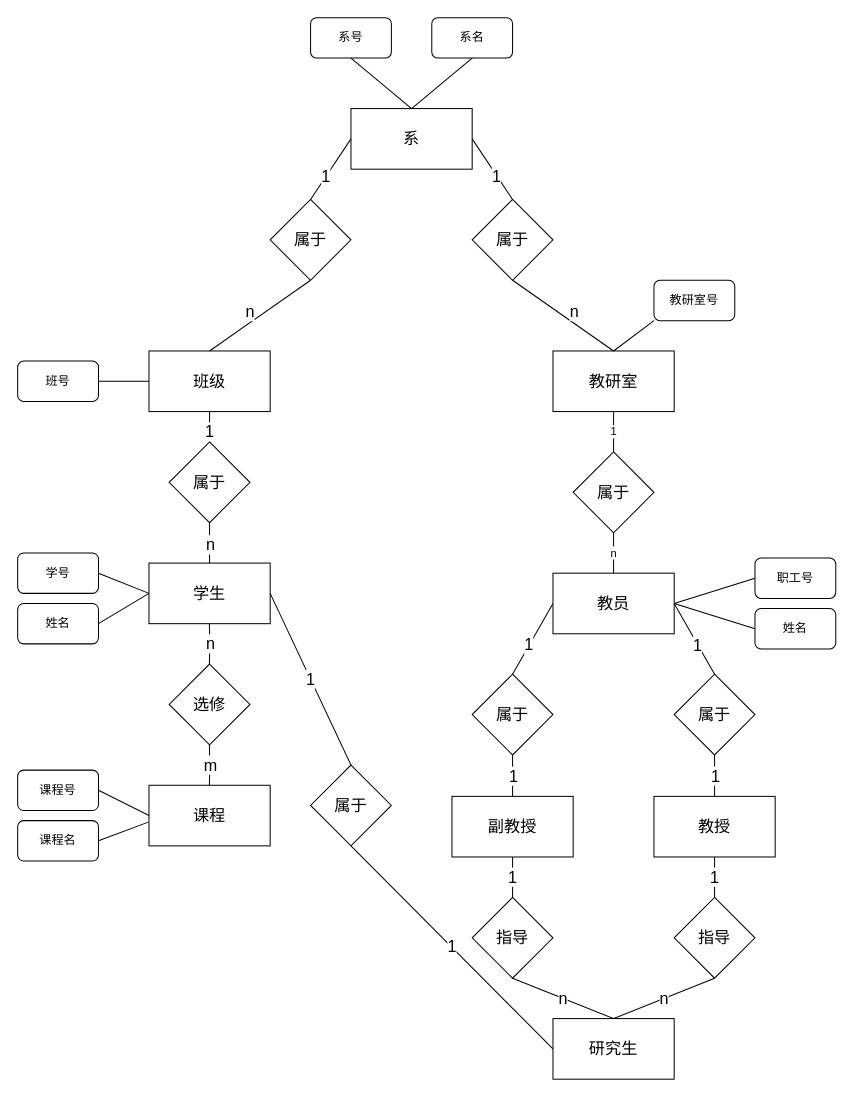
Before: 7.7.drawio in VA1ue-0268/-ER-, a draw.io diagram. Source tidied: cells renumbered, new cells numbered last; positions are measured from the earlier drawing's top-left corner, leaving out a move shared by most shapes. Both pictures are drawn from the tidied source at 101%, with x=0, y=0 at pixel (17, 17).
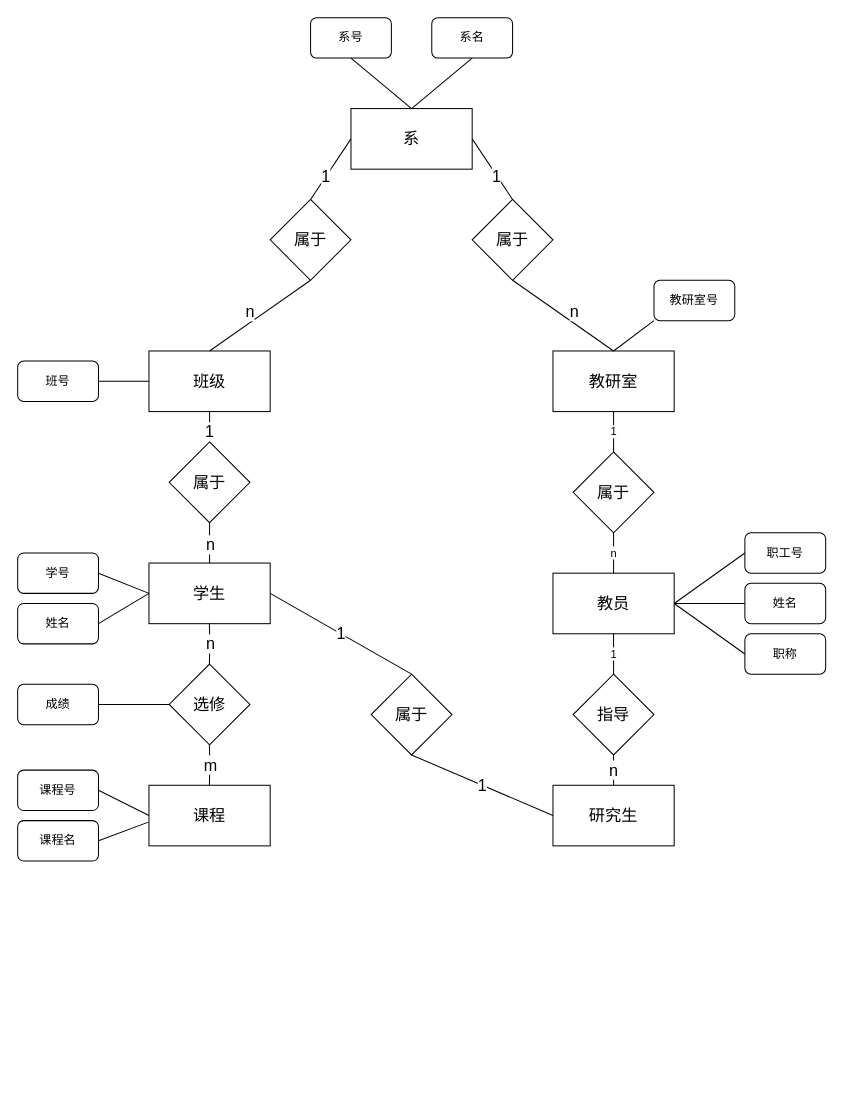
Above is the later version.

The change refers to these unchanged cells:
```xml
<mxCell id="37" value="选修" style="rhombus;whiteSpace=wrap;html=1;fontSize=16;" parent="1" vertex="1">
  <mxGeometry x="150" y="640" width="80" height="80" as="geometry" />
</mxCell>
<mxCell id="66" value="教员" style="rounded=0;whiteSpace=wrap;html=1;fontSize=16;" parent="1" vertex="1">
  <mxGeometry x="530" y="550" width="120" height="60" as="geometry" />
</mxCell>
```

Diff of the diagram source:
```diff
@@
-    <mxCell id="16" value="1" style="edgeStyle=orthogonalEdgeStyle;rounded=0;jettySize=auto;html=1;exitX=0.5;exitY=1;exitDx=0;exitDy=0;entryX=0.5;entryY=0;entryDx=0;entryDy=0;fontSize=16;endArrow=none;endFill=0;" parent="1" edge="1" source="17" target="49">
-      <mxGeometry relative="1" as="geometry" />
-    </mxCell>
-    <mxCell id="17" value="教授" style="rounded=0;whiteSpace=wrap;html=1;fontSize=16;" parent="1" vertex="1">
-      <mxGeometry x="630" y="771" width="120" height="60" as="geometry" />
-    </mxCell>
-    <mxCell id="18" value="1" style="edgeStyle=orthogonalEdgeStyle;rounded=0;jettySize=auto;html=1;exitX=0.5;exitY=1;exitDx=0;exitDy=0;entryX=0.5;entryY=0;entryDx=0;entryDy=0;fontSize=16;endArrow=none;endFill=0;" parent="1" edge="1" source="19" target="43">
-      <mxGeometry relative="1" as="geometry" />
-    </mxCell>
-    <mxCell id="19" value="副教授" style="rounded=0;whiteSpace=wrap;html=1;fontSize=16;" parent="1" vertex="1">
-      <mxGeometry x="430" y="771" width="120" height="60" as="geometry" />
-    </mxCell>
-    <mxCell id="20" value="属于" style="rhombus;whiteSpace=wrap;html=1;fontSize=16;" parent="1" vertex="1">
-      <mxGeometry x="650" y="650" width="80" height="80" as="geometry" />
-    </mxCell>
-    <mxCell id="21" style="endArrow=none;html=1;rounded=0;fontSize=16;entryX=1;entryY=0.5;entryDx=0;entryDy=0;exitX=0.5;exitY=0;exitDx=0;exitDy=0;" parent="1" edge="1" source="20" target="66">
-      <mxGeometry relative="1" as="geometry" />
-    </mxCell>
-    <mxCell id="22" value="1" style="edgeLabel;html=1;align=center;verticalAlign=middle;fontSize=16;" parent="21" vertex="1">
-      <mxGeometry x="-0.19" y="1" relative="1" as="geometry" />
-    </mxCell>
-    <mxCell id="23" style="endArrow=none;html=1;rounded=0;fontSize=16;entryX=0.5;entryY=1;entryDx=0;entryDy=0;exitX=0.5;exitY=0;exitDx=0;exitDy=0;" parent="1" edge="1" source="17" target="20">
-      <mxGeometry relative="1" as="geometry" />
-    </mxCell>
-    <mxCell id="24" value="1" style="edgeLabel;html=1;align=center;verticalAlign=middle;fontSize=16;" parent="23" vertex="1">
-      <mxGeometry x="-0.22" relative="1" as="geometry">
-        <mxPoint y="-5" as="offset" />
-      </mxGeometry>
-    </mxCell>
-    <mxCell id="25" value="属于" style="rhombus;whiteSpace=wrap;html=1;fontSize=16;" parent="1" vertex="1">
-      <mxGeometry x="450" y="650" width="80" height="80" as="geometry" />
-    </mxCell>
-    <mxCell id="26" style="endArrow=none;html=1;rounded=0;fontSize=16;entryX=0;entryY=0.5;entryDx=0;entryDy=0;exitX=0.5;exitY=0;exitDx=0;exitDy=0;" parent="1" edge="1" source="25" target="66">
-      <mxGeometry relative="1" as="geometry" />
-    </mxCell>
-    <mxCell id="27" value="1" style="edgeLabel;html=1;align=center;verticalAlign=middle;fontSize=16;" parent="26" vertex="1">
-      <mxGeometry x="-0.19" y="1" relative="1" as="geometry" />
-    </mxCell>
-    <mxCell id="28" style="endArrow=none;html=1;rounded=0;fontSize=16;entryX=0.5;entryY=1;entryDx=0;entryDy=0;" parent="1" edge="1" source="19" target="25">
-      <mxGeometry relative="1" as="geometry" />
-    </mxCell>
-    <mxCell id="29" value="1" style="edgeLabel;html=1;align=center;verticalAlign=middle;fontSize=16;" parent="28" vertex="1">
-      <mxGeometry x="-0.22" relative="1" as="geometry">
-        <mxPoint y="-5" as="offset" />
-      </mxGeometry>
-    </mxCell>
@@
     <mxCell id="42" value="研究生" style="rounded=0;whiteSpace=wrap;html=1;fontSize=16;" parent="1" vertex="1">
-      <mxGeometry x="530" y="991" width="120" height="60" as="geometry" />
+      <mxGeometry x="530" y="760" width="120" height="60" as="geometry" />
     </mxCell>
     <mxCell id="43" value="指导" style="rhombus;whiteSpace=wrap;html=1;fontSize=16;" parent="1" vertex="1">
-      <mxGeometry x="450" y="871" width="80" height="80" as="geometry" />
+      <mxGeometry x="550" y="650" width="80" height="80" as="geometry" />
     </mxCell>
     <mxCell id="44" value="属于" style="rhombus;whiteSpace=wrap;html=1;fontSize=16;" parent="1" vertex="1">
-      <mxGeometry x="290" y="740" width="80" height="80" as="geometry" />
+      <mxGeometry x="350" y="650" width="80" height="80" as="geometry" />
     </mxCell>
@@
-    <mxCell id="48" value="n" style="rounded=0;jettySize=auto;html=1;exitX=0.5;exitY=1;exitDx=0;exitDy=0;entryX=0.5;entryY=0;entryDx=0;entryDy=0;fontSize=16;endArrow=none;endFill=0;" parent="1" edge="1" source="49" target="42">
-      <mxGeometry relative="1" as="geometry" />
-    </mxCell>
-    <mxCell id="49" value="指导" style="rhombus;whiteSpace=wrap;html=1;fontSize=16;" parent="1" vertex="1">
-      <mxGeometry x="650" y="871" width="80" height="80" as="geometry" />
-    </mxCell>
@@
+    <mxCell id="73" value="1" style="edgeStyle=none;rounded=0;jettySize=auto;html=1;exitX=0.5;exitY=1;exitDx=0;exitDy=0;entryX=0.5;entryY=0;entryDx=0;entryDy=0;endArrow=none;endFill=0;" parent="1" edge="1" source="66" target="43">
+      <mxGeometry relative="1" as="geometry" />
+    </mxCell>
@@
     <mxCell id="70" value="职工号" style="rounded=1;whiteSpace=wrap;html=1;" parent="1" vertex="1">
-      <mxGeometry x="730" y="535" width="80" height="40" as="geometry" />
+      <mxGeometry x="720" y="510" width="80" height="40" as="geometry" />
     </mxCell>
@@
     <mxCell id="72" value="姓名" style="rounded=1;whiteSpace=wrap;html=1;" parent="1" vertex="1">
-      <mxGeometry x="730" y="585" width="80" height="40" as="geometry" />
+      <mxGeometry x="720" y="560" width="80" height="40" as="geometry" />
     </mxCell>
+    <mxCell id="74" style="edgeStyle=none;rounded=0;jettySize=auto;html=1;exitX=0;exitY=0.5;exitDx=0;exitDy=0;entryX=1;entryY=0.5;entryDx=0;entryDy=0;endArrow=none;endFill=0;" parent="1" edge="1" source="75" target="66">
+      <mxGeometry relative="1" as="geometry" />
+    </mxCell>
+    <mxCell id="75" value="职称" style="rounded=1;whiteSpace=wrap;html=1;" parent="1" vertex="1">
+      <mxGeometry x="720" y="610" width="80" height="40" as="geometry" />
+    </mxCell>
+    <mxCell id="76" style="edgeStyle=none;rounded=0;jettySize=auto;html=1;exitX=1;exitY=0.5;exitDx=0;exitDy=0;entryX=0;entryY=0.5;entryDx=0;entryDy=0;endArrow=none;endFill=0;" parent="1" edge="1" source="77" target="37">
+      <mxGeometry relative="1" as="geometry" />
+    </mxCell>
+    <mxCell id="77" value="成绩" style="rounded=1;whiteSpace=wrap;html=1;" parent="1" vertex="1">
+      <mxGeometry y="660" width="80" height="40" as="geometry" />
+    </mxCell>
```
